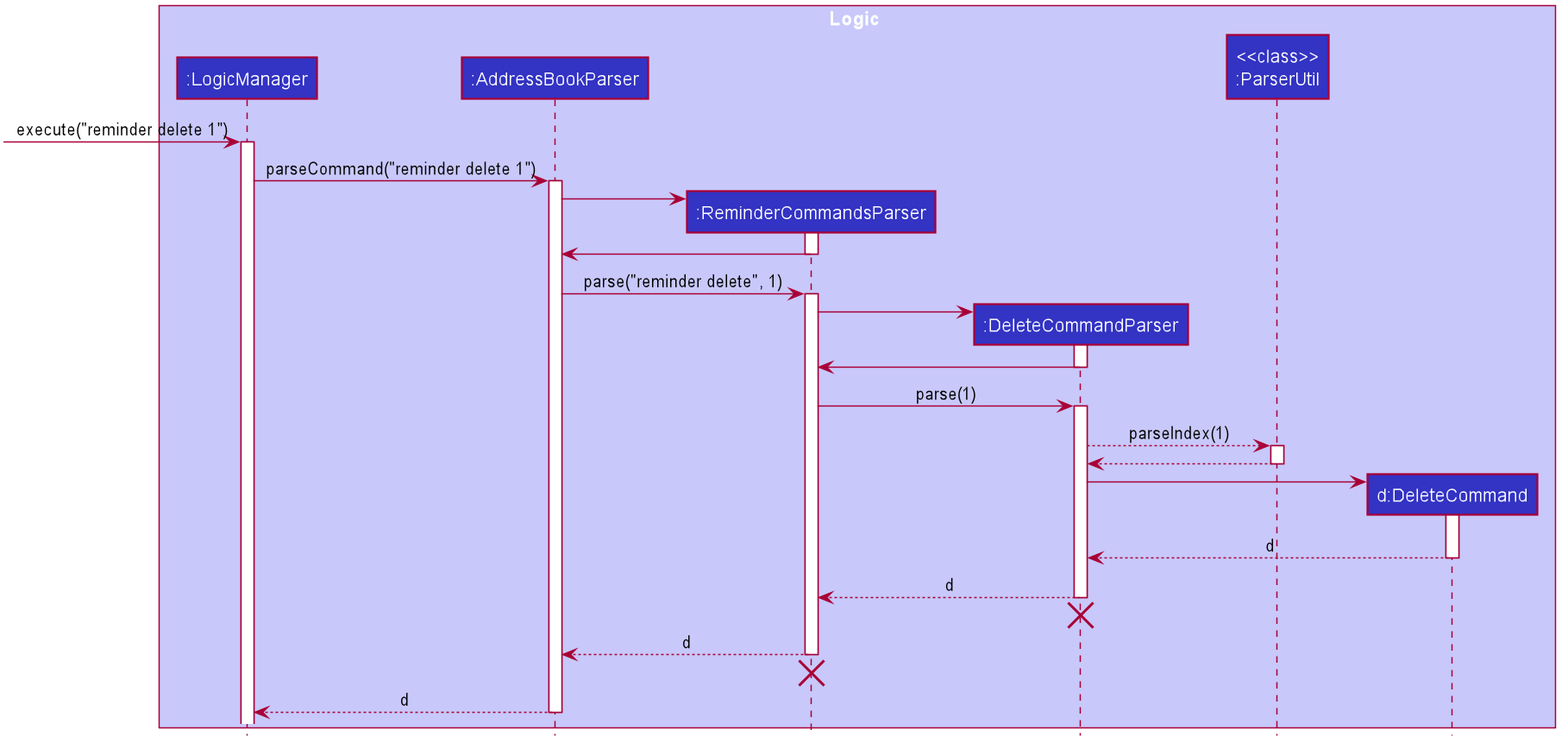
The PlantUML diagram docs/images/ReminderDeleteSequenceDiagram.png in sebastiantoh/tp, before a commit.
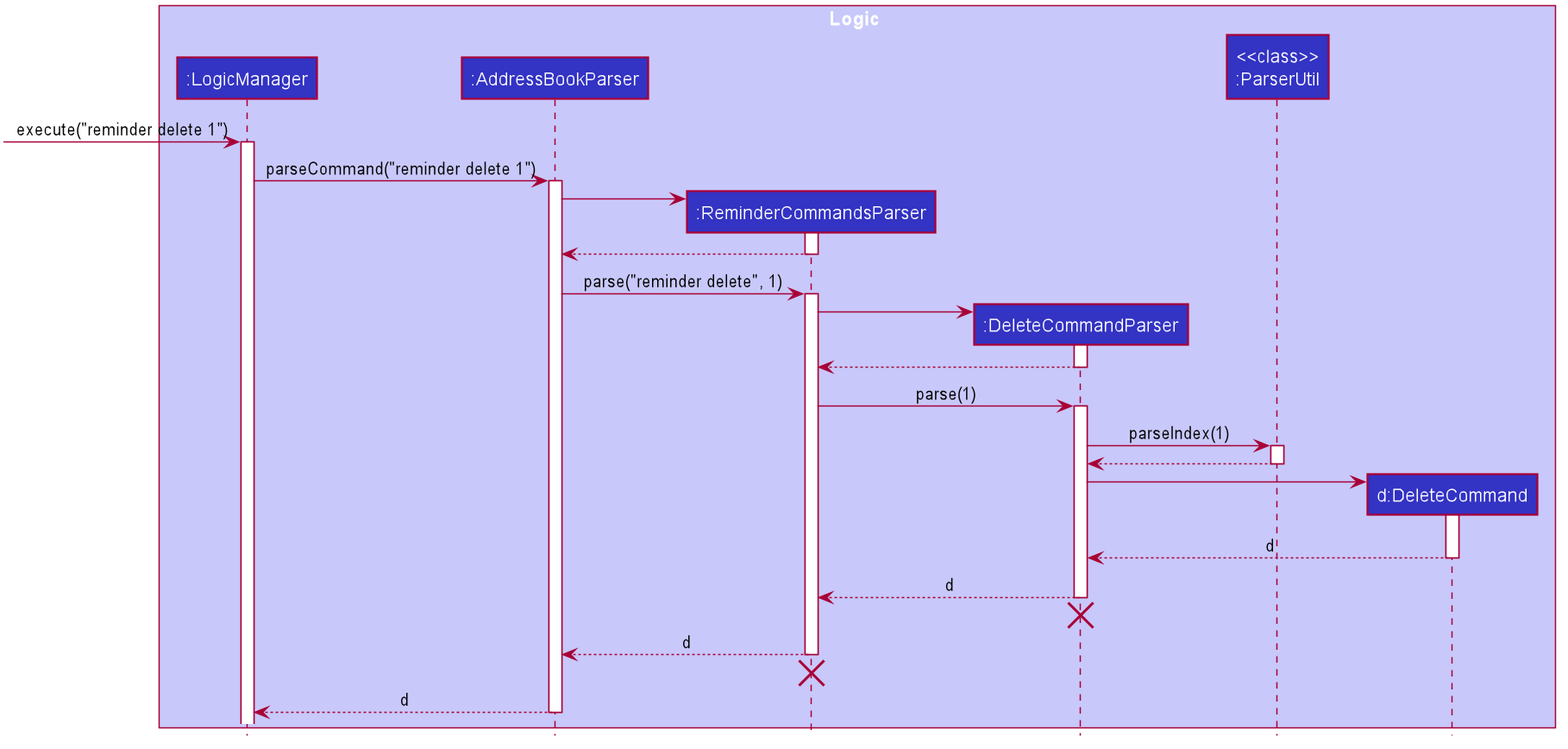
Above is the later version.

Commit message:
Fix return arrows in sequence diagrams

What changed in the source:
```diff
@@ -69,7 +69,7 @@
 AddressBookParser -> ReminderCommandsParser
 activate ReminderCommandsParser
 
-ReminderCommandsParser -> AddressBookParser
+ReminderCommandsParser --> AddressBookParser
 deactivate ReminderCommandsParser
 
 AddressBookParser -> ReminderCommandsParser : parse("reminder delete", 1)
@@ -79,13 +79,13 @@
 ReminderCommandsParser -> DeleteCommandParser
 activate DeleteCommandParser
 
-DeleteCommandParser -> ReminderCommandsParser
+DeleteCommandParser --> ReminderCommandsParser
 deactivate DeleteCommandParser
 
 ReminderCommandsParser -> DeleteCommandParser : parse(1)
 activate DeleteCommandParser
 
-DeleteCommandParser --> ParserUtil : parseIndex(1)
+DeleteCommandParser -> ParserUtil : parseIndex(1)
 activate ParserUtil
 
 ParserUtil --> DeleteCommandParser
```
